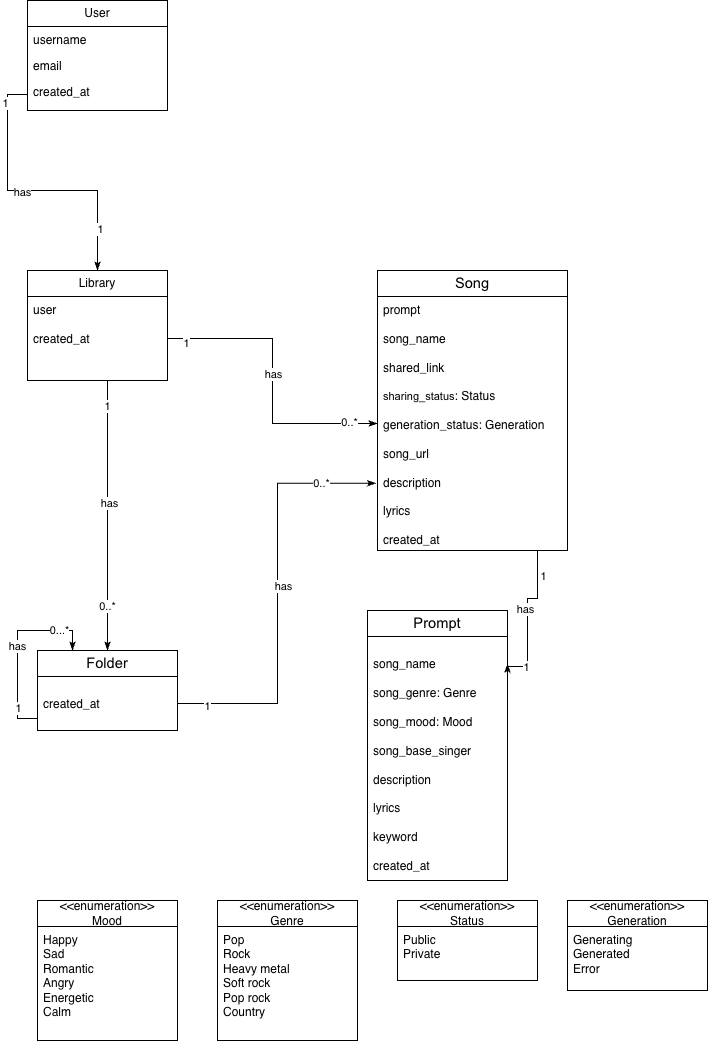
This is Domain diagram.png from JirakornChaitanaporn/songGTP_CRUD, a draw.io export, as it was before one commit. Source tidied: cells renumbered, new cells last; positions are measured from the earlier drawing's top-left corner, leaving out a move shared by most shapes.
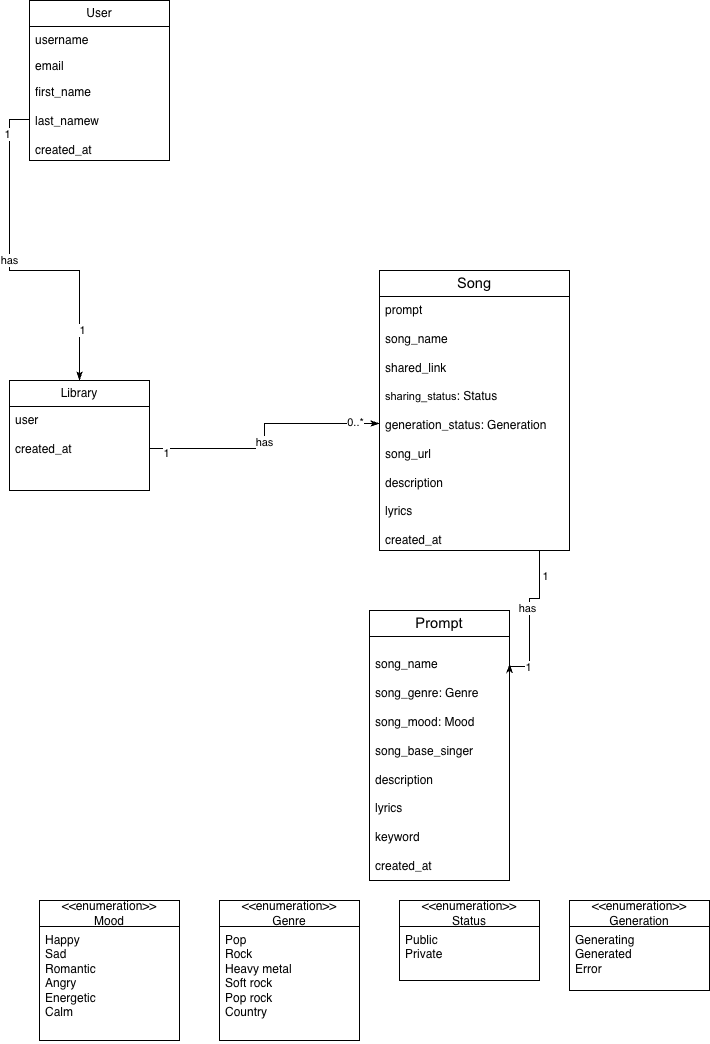
Above is the later version.

What changed in the source:
```diff
@@ -3,7 +3,7 @@
     <mxCell id="0" />
     <mxCell id="1" parent="0" />
     <mxCell id="2" value="User" style="swimlane;fontStyle=0;horizontal=1;startSize=26;fillColor=none;whiteSpace=wrap;html=1;" parent="1" vertex="1">
-      <mxGeometry x="10" width="140" height="110" as="geometry" />
+      <mxGeometry x="10" width="140" height="160" as="geometry" />
     </mxCell>
     <mxCell id="3" value="username" style="text;strokeColor=none;fillColor=none;align=left;verticalAlign=top;spacingLeft=4;spacingRight=4;overflow=hidden;whiteSpace=wrap;html=1;" parent="2" vertex="1">
       <mxGeometry y="26" width="140" height="26" as="geometry" />
@@ -11,11 +11,11 @@
     <mxCell id="4" value="email" style="text;strokeColor=none;fillColor=none;align=left;verticalAlign=top;spacingLeft=4;spacingRight=4;overflow=hidden;whiteSpace=wrap;html=1;" parent="2" vertex="1">
       <mxGeometry y="52" width="140" height="26" as="geometry" />
     </mxCell>
-    <mxCell id="5" value="&lt;div&gt;&lt;span style=&quot;background-color: transparent; color: light-dark(rgb(0, 0, 0), rgb(255, 255, 255));&quot;&gt;created_at&lt;/span&gt;&lt;/div&gt;" style="text;strokeColor=none;fillColor=none;align=left;verticalAlign=top;spacingLeft=4;spacingRight=4;overflow=hidden;points=[[0,0.5],[1,0.5]];portConstraint=eastwest;whiteSpace=wrap;html=1;" parent="2" vertex="1">
-      <mxGeometry y="78" width="140" height="32" as="geometry" />
+    <mxCell id="5" value="&lt;div&gt;first_name&lt;/div&gt;&lt;div&gt;&lt;span style=&quot;background-color: transparent; color: light-dark(rgb(0, 0, 0), rgb(255, 255, 255));&quot;&gt;&lt;br&gt;&lt;/span&gt;&lt;/div&gt;&lt;div&gt;&lt;span style=&quot;background-color: transparent; color: light-dark(rgb(0, 0, 0), rgb(255, 255, 255));&quot;&gt;last_namew&lt;/span&gt;&lt;/div&gt;&lt;div&gt;&lt;span style=&quot;background-color: transparent; color: light-dark(rgb(0, 0, 0), rgb(255, 255, 255));&quot;&gt;&lt;br&gt;&lt;/span&gt;&lt;/div&gt;&lt;div&gt;&lt;span style=&quot;background-color: transparent; color: light-dark(rgb(0, 0, 0), rgb(255, 255, 255));&quot;&gt;created_at&lt;/span&gt;&lt;/div&gt;" style="text;strokeColor=none;fillColor=none;align=left;verticalAlign=top;spacingLeft=4;spacingRight=4;overflow=hidden;points=[[0,0.5],[1,0.5]];portConstraint=eastwest;whiteSpace=wrap;html=1;" parent="2" vertex="1">
+      <mxGeometry y="78" width="140" height="82" as="geometry" />
     </mxCell>
     <mxCell id="6" value="Library" style="swimlane;fontStyle=0;horizontal=1;startSize=26;fillColor=none;whiteSpace=wrap;html=1;" parent="1" vertex="1">
-      <mxGeometry x="10" y="270" width="140" height="110" as="geometry" />
+      <mxGeometry x="-10" y="380" width="140" height="110" as="geometry" />
     </mxCell>
     <mxCell id="7" value="&lt;div&gt;user&lt;/div&gt;&lt;div&gt;&lt;span style=&quot;background-color: transparent; color: light-dark(rgb(0, 0, 0), rgb(255, 255, 255));&quot;&gt;&lt;br&gt;&lt;/span&gt;&lt;/div&gt;&lt;div&gt;&lt;span style=&quot;background-color: transparent; color: light-dark(rgb(0, 0, 0), rgb(255, 255, 255));&quot;&gt;created_at&lt;/span&gt;&lt;/div&gt;" style="text;strokeColor=none;fillColor=none;align=left;verticalAlign=top;spacingLeft=4;spacingRight=4;overflow=hidden;points=[[0,0.5],[1,0.5]];portConstraint=eastwest;whiteSpace=wrap;html=1;" parent="6" vertex="1">
       <mxGeometry y="26" width="140" height="84" as="geometry" />
@@ -32,27 +32,6 @@
     <mxCell id="11" value="&lt;div&gt;prompt&lt;/div&gt;&lt;div&gt;&lt;br&gt;&lt;/div&gt;&lt;div&gt;song_name&lt;/div&gt;&lt;div&gt;&lt;br&gt;&lt;/div&gt;&lt;div&gt;shared_link&lt;/div&gt;&lt;div&gt;&lt;br&gt;&lt;/div&gt;&lt;div&gt;&lt;span style=&quot;background-color: transparent; font-family: Arial, sans-serif; white-space-collapse: preserve; color: light-dark(rgb(0, 0, 0), rgb(255, 255, 255));&quot;&gt;&lt;font style=&quot;font-size: 11px;&quot;&gt;sharing_status&lt;/font&gt;&lt;/span&gt;: Status&lt;/div&gt;&lt;div&gt;&lt;br&gt;&lt;/div&gt;&lt;div&gt;generation_status:&amp;nbsp;&lt;span style=&quot;background-color: transparent; color: light-dark(rgb(0, 0, 0), rgb(255, 255, 255));&quot;&gt;Generation&lt;/span&gt;&lt;/div&gt;&lt;div&gt;&lt;span style=&quot;background-color: transparent; color: light-dark(rgb(0, 0, 0), rgb(255, 255, 255));&quot;&gt;&lt;br&gt;&lt;/span&gt;&lt;/div&gt;&lt;div&gt;&lt;span style=&quot;background-color: transparent; color: light-dark(rgb(0, 0, 0), rgb(255, 255, 255));&quot;&gt;song_url&lt;/span&gt;&lt;/div&gt;&lt;div&gt;&lt;br&gt;&lt;/div&gt;&lt;div&gt;&lt;div&gt;description&lt;/div&gt;&lt;div&gt;&lt;br&gt;&lt;/div&gt;&lt;div&gt;lyrics&lt;/div&gt;&lt;/div&gt;&lt;div&gt;&lt;br&gt;&lt;/div&gt;&lt;div&gt;created_at&lt;/div&gt;" style="text;strokeColor=none;fillColor=none;align=left;verticalAlign=top;spacingLeft=4;spacingRight=4;overflow=hidden;points=[[0,0.5],[1,0.5]];portConstraint=eastwest;whiteSpace=wrap;html=1;" parent="10" vertex="1">
       <mxGeometry y="26" width="190" height="254" as="geometry" />
     </mxCell>
-    <mxCell id="12" value="&lt;span id=&quot;docs-internal-guid-70f6492f-7fff-41d3-59a7-70a910f25a9e&quot;&gt;&lt;span style=&quot;font-size: 11pt; font-family: Arial, sans-serif; background-color: transparent; font-variant-numeric: normal; font-variant-east-asian: normal; font-variant-alternates: normal; font-variant-position: normal; font-variant-emoji: normal; vertical-align: baseline; white-space-collapse: preserve;&quot;&gt;Folder&lt;/span&gt;&lt;/span&gt;" style="swimlane;fontStyle=0;horizontal=1;startSize=26;fillColor=none;whiteSpace=wrap;html=1;" parent="1" vertex="1">
-      <mxGeometry x="20" y="650" width="140" height="80" as="geometry" />
-    </mxCell>
-    <mxCell id="13" value="has" style="edgeStyle=orthogonalEdgeStyle;rounded=0;jettySize=auto;html=1;entryX=0.25;entryY=0;entryDx=0;entryDy=0;endArrow=classicThin;endFill=1;" parent="12" edge="1" source="16" target="12">
-      <mxGeometry relative="1" as="geometry">
-        <Array as="points">
-          <mxPoint x="-20" y="68" />
-          <mxPoint x="-20" y="-20" />
-          <mxPoint x="35" y="-20" />
-        </Array>
-      </mxGeometry>
-    </mxCell>
-    <mxCell id="14" value="1" style="edgeLabel;html=1;align=center;verticalAlign=middle;" parent="13" vertex="1">
-      <mxGeometry x="-0.67" relative="1" as="geometry" />
-    </mxCell>
-    <mxCell id="15" value="0...*" style="edgeLabel;html=1;align=center;verticalAlign=middle;" parent="13" vertex="1">
-      <mxGeometry x="0.63" y="1" relative="1" as="geometry" />
-    </mxCell>
-    <mxCell id="16" value="&lt;div&gt;&lt;br&gt;&lt;/div&gt;&lt;div&gt;created_at&lt;/div&gt;" style="text;strokeColor=none;fillColor=none;align=left;verticalAlign=top;spacingLeft=4;spacingRight=4;overflow=hidden;points=[[0,0.5],[1,0.5]];portConstraint=eastwest;whiteSpace=wrap;html=1;" parent="12" vertex="1">
-      <mxGeometry y="26" width="140" height="54" as="geometry" />
-    </mxCell>
     <mxCell id="17" style="edgeStyle=orthogonalEdgeStyle;rounded=0;jettySize=auto;html=1;entryX=0.5;entryY=0;entryDx=0;entryDy=0;endArrow=classicThin;endFill=1;" parent="1" edge="1" source="5" target="6">
       <mxGeometry relative="1" as="geometry" />
     </mxCell>
@@ -65,23 +44,6 @@
     <mxCell id="20" value="1" style="edgeLabel;html=1;align=center;verticalAlign=middle;" parent="17" vertex="1">
       <mxGeometry x="0.71" y="2" relative="1" as="geometry" />
     </mxCell>
-    <mxCell id="21" style="edgeStyle=orthogonalEdgeStyle;rounded=0;jettySize=auto;html=1;entryX=0.5;entryY=0;entryDx=0;entryDy=0;endArrow=classicThin;endFill=1;" parent="1" edge="1" source="7" target="12">
-      <mxGeometry relative="1" as="geometry">
-        <Array as="points">
-          <mxPoint x="90" y="450" />
-          <mxPoint x="90" y="450" />
-        </Array>
-      </mxGeometry>
-    </mxCell>
-    <mxCell id="22" value="has" style="edgeLabel;html=1;align=center;verticalAlign=middle;" parent="21" vertex="1">
-      <mxGeometry x="-0.09" y="1" relative="1" as="geometry" />
-    </mxCell>
-    <mxCell id="23" value="1" style="edgeLabel;html=1;align=center;verticalAlign=middle;" parent="21" vertex="1">
-      <mxGeometry x="-0.81" y="-1" relative="1" as="geometry" />
-    </mxCell>
-    <mxCell id="24" value="0..*" style="edgeLabel;html=1;align=center;verticalAlign=middle;" parent="21" vertex="1">
-      <mxGeometry x="0.67" y="-1" relative="1" as="geometry" />
-    </mxCell>
     <mxCell id="25" style="edgeStyle=orthogonalEdgeStyle;rounded=0;jettySize=auto;html=1;endArrow=classicThin;endFill=1;" parent="1" edge="1" source="7" target="11">
       <mxGeometry relative="1" as="geometry" />
     </mxCell>
@@ -113,20 +75,6 @@
     <mxCell id="32" value="1" style="edgeLabel;html=1;align=center;verticalAlign=middle;" parent="29" vertex="1">
       <mxGeometry x="0.71" relative="1" as="geometry" />
     </mxCell>
-    <mxCell id="33" style="edgeStyle=orthogonalEdgeStyle;rounded=0;jettySize=auto;html=1;entryX=-0.008;entryY=0.735;entryDx=0;entryDy=0;entryPerimeter=0;endArrow=classicThin;endFill=1;" parent="1" edge="1" source="16" target="11">
-      <mxGeometry relative="1" as="geometry" />
-    </mxCell>
-    <mxCell id="34" value="has" style="edgeLabel;html=1;align=center;verticalAlign=middle;" parent="33" vertex="1">
-      <mxGeometry x="0.04" y="-5" relative="1" as="geometry">
-        <mxPoint y="1" as="offset" />
-      </mxGeometry>
-    </mxCell>
-    <mxCell id="35" value="1" style="edgeLabel;html=1;align=center;verticalAlign=middle;" parent="33" vertex="1">
-      <mxGeometry x="-0.86" y="-2" relative="1" as="geometry" />
-    </mxCell>
-    <mxCell id="36" value="0..*" style="edgeLabel;html=1;align=center;verticalAlign=middle;" parent="33" vertex="1">
-      <mxGeometry x="0.74" relative="1" as="geometry" />
-    </mxCell>
     <mxCell id="37" value="&amp;lt;&amp;lt;enumeration&amp;gt;&amp;gt;&lt;div&gt;Mood&lt;/div&gt;" style="swimlane;fontStyle=0;horizontal=1;startSize=26;fillColor=none;whiteSpace=wrap;html=1;" parent="1" vertex="1">
       <mxGeometry x="20" y="900" width="140" height="140" as="geometry" />
     </mxCell>
```
